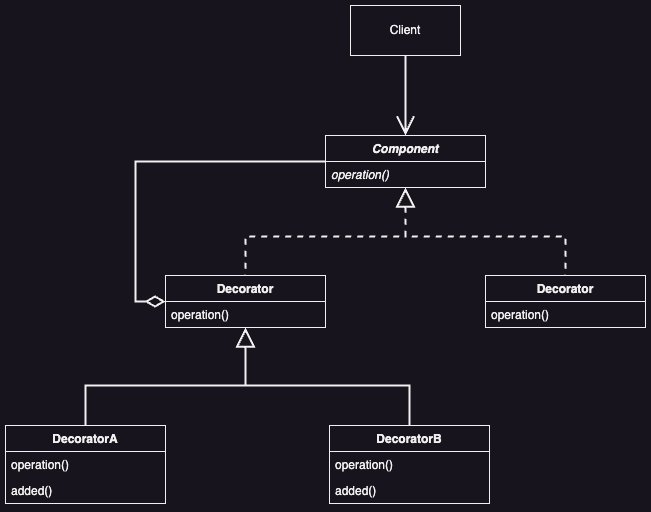
The draw.io diagram structural/decorator/diagrams/DecoratorClass.png in trimino/dat-design-pattern, before a commit. Source tidied: cells renumbered, new cells last; positions are measured from the earlier drawing's top-left corner, leaving out a move shared by most shapes.
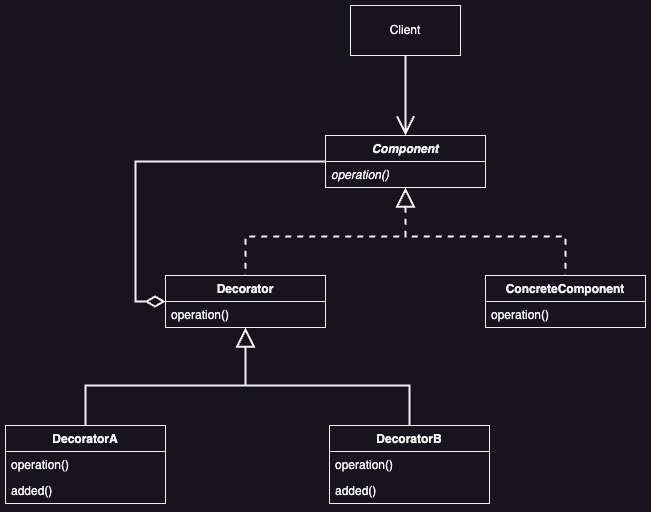
After the change.

Commit message:
Decorator Pattern

Diff of the diagram source:
```diff
@@ -63,7 +63,7 @@
     <mxCell id="16" value="&lt;span&gt;operation()&lt;/span&gt;" style="text;strokeColor=none;fillColor=none;align=left;verticalAlign=top;spacingLeft=4;spacingRight=4;overflow=hidden;whiteSpace=wrap;html=1;fontStyle=0;" parent="15" vertex="1">
       <mxGeometry y="26" width="160" height="26" as="geometry" />
     </mxCell>
-    <mxCell id="17" value="Decorator" style="swimlane;fontStyle=1;align=center;verticalAlign=top;horizontal=1;startSize=26;whiteSpace=wrap;html=1;" parent="1" vertex="1">
+    <mxCell id="17" value="ConcreteComponent" style="swimlane;fontStyle=1;align=center;verticalAlign=top;horizontal=1;startSize=26;whiteSpace=wrap;html=1;" parent="1" vertex="1">
       <mxGeometry x="480" y="270" width="160" height="52" as="geometry" />
     </mxCell>
     <mxCell id="18" value="&lt;span&gt;operation()&lt;/span&gt;" style="text;strokeColor=none;fillColor=none;align=left;verticalAlign=top;spacingLeft=4;spacingRight=4;overflow=hidden;whiteSpace=wrap;html=1;fontStyle=0;" parent="17" vertex="1">
```
